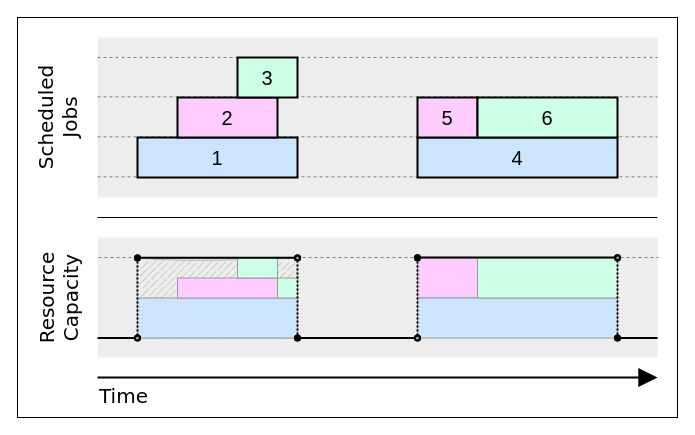
Above: page "RCPSP" (2 of 2) of img/source/Capacities.drawio in Krtiiik/Bottleneck-identification-for-constraint-relaxation-in-resource-constrained-project-scheduling (draw.io), before the change. Source tidied: cells renumbered, new cells numbered last; positions are measured from the earlier drawing's top-left corner, leaving out a move shared by most shapes. Both pictures are drawn from the tidied source at 100%, with x=0, y=0 at pixel (17, 17).
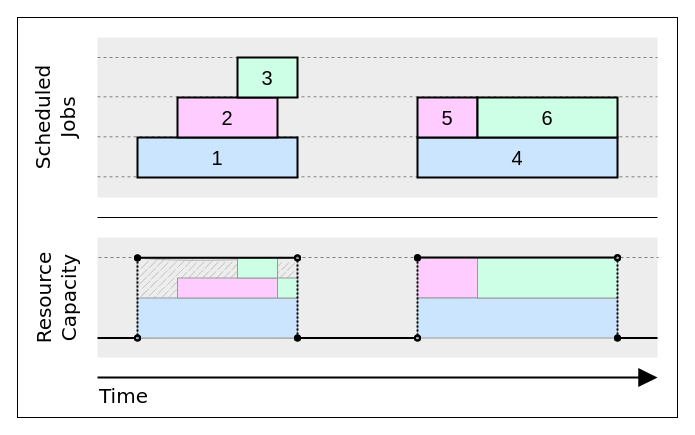
After the change.

Commit message (it also covers changes not shown here):
Update resource capacity example images - pdf format

Unchanged cells that the change refers to:
```xml
<mxCell id="10" style="group;" parent="9" vertex="1">
  <mxGeometry width="620" height="160" as="geometry" />
</mxCell>
<mxCell id="26" style="group;" parent="25" vertex="1">
  <mxGeometry width="620" height="120.5" as="geometry" />
</mxCell>
```

The edit, as a diff of the source:
```diff
@@
-    <mxCell id="12" value="Scheduled&lt;br&gt;Jobs" style="text;html=1;strokeColor=none;fillColor=none;align=center;verticalAlign=middle;whiteSpace=wrap;rounded=0;glass=0;sketch=0;fillStyle=auto;sketchStyle=rough;fontFamily=Verdana;fontSize=20;horizontal=0;" parent="10" vertex="1">
-      <mxGeometry width="40" height="160" as="geometry" />
+    <mxCell id="12" value="Scheduled" style="text;html=1;strokeColor=none;fillColor=none;align=center;verticalAlign=bottom;whiteSpace=wrap;rounded=0;glass=0;sketch=0;fillStyle=auto;sketchStyle=rough;fontFamily=Verdana;fontSize=20;horizontal=0;" parent="10" vertex="1">
+      <mxGeometry x="-20" width="40" height="160" as="geometry" />
     </mxCell>
@@
-    <mxCell id="28" value="Resource&lt;br&gt;Capacity" style="text;html=1;strokeColor=none;fillColor=none;align=center;verticalAlign=middle;whiteSpace=wrap;rounded=0;glass=0;sketch=0;fillStyle=auto;sketchStyle=rough;fontFamily=Verdana;fontSize=20;horizontal=0;" parent="26" vertex="1">
-      <mxGeometry y="0.5" width="40" height="120" as="geometry" />
+    <mxCell id="28" value="Resource" style="text;html=1;strokeColor=none;fillColor=none;align=center;verticalAlign=bottom;whiteSpace=wrap;rounded=0;glass=0;sketch=0;fillStyle=auto;sketchStyle=rough;fontFamily=Verdana;fontSize=20;horizontal=0;" parent="26" vertex="1">
+      <mxGeometry x="-20" y="0.5" width="40" height="120" as="geometry" />
     </mxCell>
+    <mxCell id="51" value="Capacity" style="text;html=1;strokeColor=none;fillColor=none;align=center;verticalAlign=middle;whiteSpace=wrap;rounded=0;glass=0;sketch=0;fillStyle=auto;sketchStyle=rough;fontFamily=Verdana;fontSize=20;horizontal=0;" parent="26" vertex="1">
+      <mxGeometry x="20" y="0.5" width="20" height="120" as="geometry" />
+    </mxCell>
+    <mxCell id="52" value="Jobs" style="text;html=1;strokeColor=none;fillColor=none;align=center;verticalAlign=middle;whiteSpace=wrap;rounded=0;glass=0;sketch=0;fillStyle=auto;sketchStyle=rough;fontFamily=Verdana;fontSize=20;horizontal=0;" parent="26" vertex="1">
+      <mxGeometry x="20" y="-200" width="20" height="160" as="geometry" />
+    </mxCell>
```
